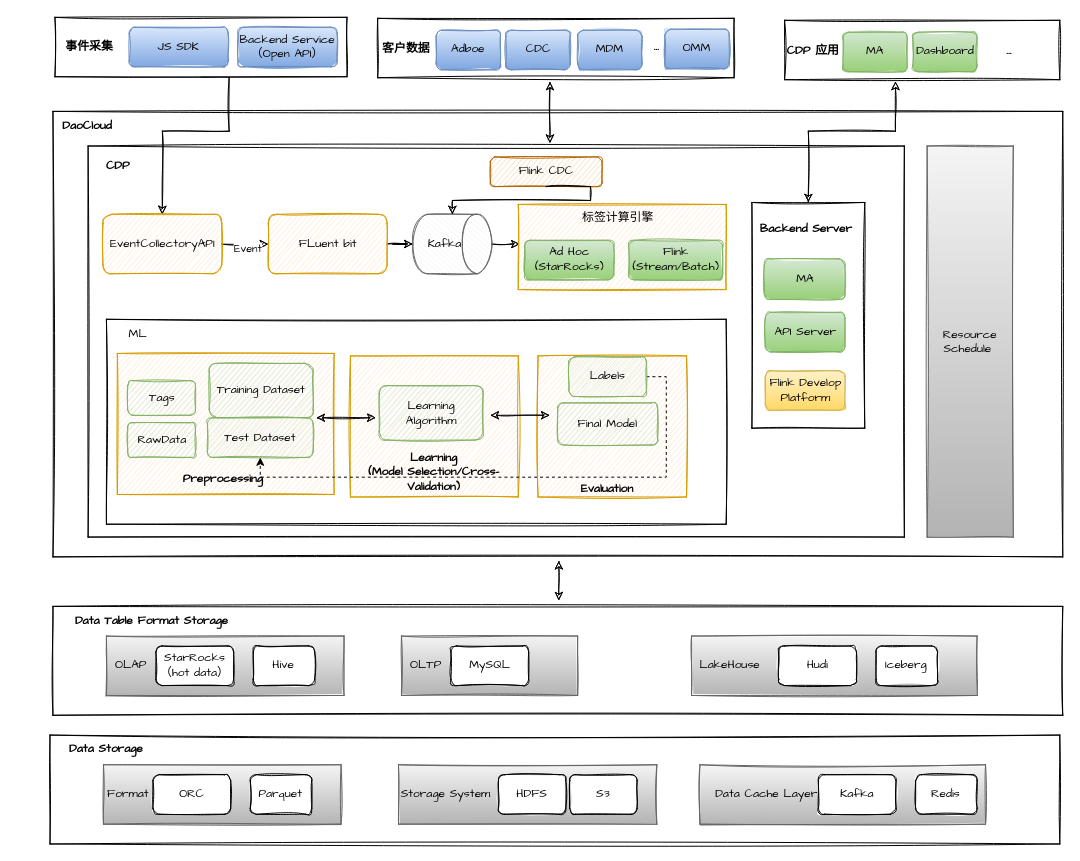
Earlier version of the draw.io diagram techlab/cdp.drawio (qiufang1314/drawio). Source tidied: cells renumbered, new cells numbered last; positions are measured from the earlier drawing's top-left corner, leaving out a move shared by most shapes. Both pictures are drawn from the tidied source at 99%, with x=0, y=0 at pixel (17, 17).
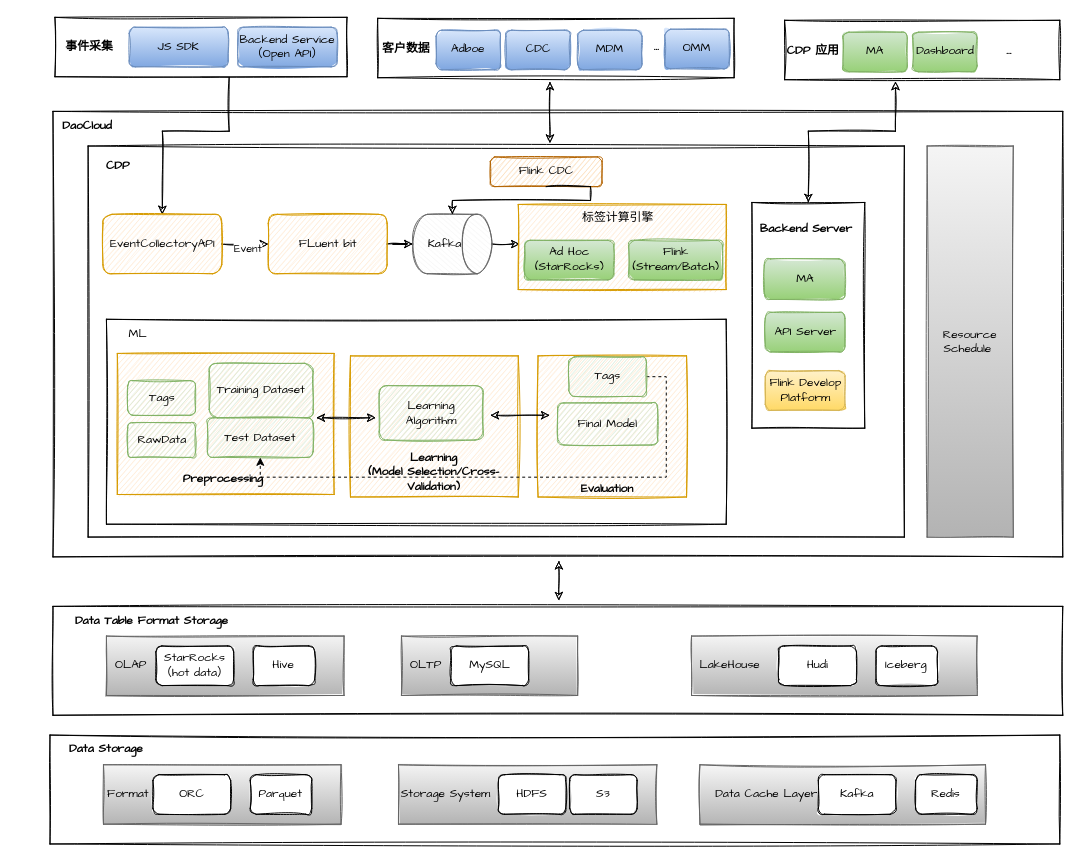
After the change.

What changed in the source:
```diff
@@
-    <mxCell id="48" value="Labels" style="whiteSpace=wrap;html=1;fontFamily=Comic Sans MS;rounded=1;sketch=1;fillColor=#d5e8d4;strokeColor=#82b366;" parent="1" vertex="1">
+    <mxCell id="48" value="Tags" style="whiteSpace=wrap;html=1;fontFamily=Comic Sans MS;rounded=1;sketch=1;fillColor=#d5e8d4;strokeColor=#82b366;" parent="1" vertex="1">
       <mxGeometry x="557" y="343" width="78.5" height="40" as="geometry" />
     </mxCell>
```
